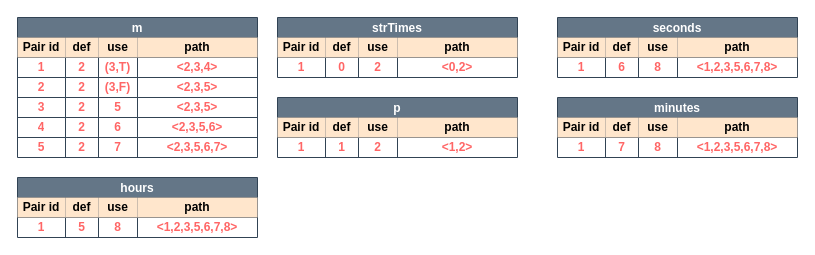
Jumaruba/jtimesched keeps this draw.io diagram as page "All-uses" (3 of 6) of docs/08_assignment/figures/parseSeconds.drawio. Above is the earlier version. Source tidied: cells renumbered, new cells numbered last; positions are measured from the earlier drawing's top-left corner, leaving out a move shared by most shapes. Both pictures are drawn from the tidied source at 100%, with x=0, y=0 at pixel (17, 17).
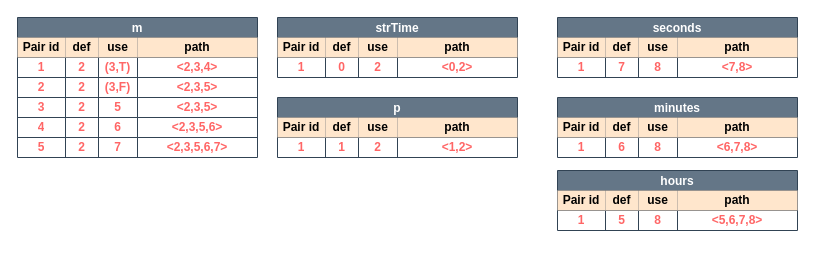
The same page after the edit.

The change refers to these unchanged cells:
```xml
<mxCell id="39" style="shape=partialRectangle;html=1;whiteSpace=wrap;fillColor=none;top=0;left=0;bottom=0;right=0;labelBackgroundColor=none;fontSize=12;" parent="33" vertex="1">
  <mxGeometry y="40" width="240" height="20" as="geometry" />
</mxCell>
<mxCell id="50" style="shape=partialRectangle;html=1;whiteSpace=wrap;fillColor=none;top=0;left=0;bottom=0;right=0;labelBackgroundColor=none;fontSize=12;" parent="44" vertex="1">
  <mxGeometry y="40" width="240" height="20" as="geometry" />
</mxCell>
<mxCell id="61" style="shape=partialRectangle;html=1;whiteSpace=wrap;fillColor=none;top=0;left=0;bottom=0;right=0;labelBackgroundColor=none;fontSize=12;" parent="55" vertex="1">
  <mxGeometry y="40" width="240" height="20" as="geometry" />
</mxCell>
```

Change to the diagram source:
```diff
@@
     <mxCell id="33" value="hours" style="shape=table;startSize=20;childLayout=tableLayout;fontStyle=1;align=center;labelBackgroundColor=none;fontSize=12;fillColor=#647687;fontColor=#ffffff;strokeColor=#314354;" parent="1" vertex="1">
-      <mxGeometry y="160" width="240" height="60" as="geometry" />
+      <mxGeometry x="540" y="153" width="240" height="60" as="geometry" />
     </mxCell>
@@
-    <mxCell id="43" value="&amp;lt;1,2,3,5,6,7,8&amp;gt;" style="shape=partialRectangle;html=1;whiteSpace=wrap;fillColor=none;top=0;left=0;bottom=0;right=0;overflow=hidden;labelBackgroundColor=none;fontSize=12;fontStyle=1;fontColor=#FF6666;" parent="39" vertex="1">
+    <mxCell id="43" value="&amp;lt;5,6,7,8&amp;gt;" style="shape=partialRectangle;html=1;whiteSpace=wrap;fillColor=none;top=0;left=0;bottom=0;right=0;overflow=hidden;labelBackgroundColor=none;fontSize=12;fontStyle=1;fontColor=#FF6666;" parent="39" vertex="1">
       <mxGeometry x="120" width="120" height="20" as="geometry" />
     </mxCell>
@@
-    <mxCell id="52" value="6" style="shape=partialRectangle;html=1;whiteSpace=wrap;fillColor=none;top=0;left=0;bottom=0;right=0;overflow=hidden;labelBackgroundColor=none;fontSize=12;fontColor=#FF6666;fontStyle=1;" parent="50" vertex="1">
+    <mxCell id="52" value="7" style="shape=partialRectangle;html=1;whiteSpace=wrap;fillColor=none;top=0;left=0;bottom=0;right=0;overflow=hidden;labelBackgroundColor=none;fontSize=12;fontColor=#FF6666;fontStyle=1;" parent="50" vertex="1">
       <mxGeometry x="48" width="33" height="20" as="geometry" />
     </mxCell>
@@
-    <mxCell id="54" value="&amp;lt;1,2,3,5,6,7,8&amp;gt;" style="shape=partialRectangle;html=1;whiteSpace=wrap;fillColor=none;top=0;left=0;bottom=0;right=0;overflow=hidden;labelBackgroundColor=none;fontSize=12;fontColor=#FF6666;fontStyle=1;" parent="50" vertex="1">
+    <mxCell id="54" value="&amp;lt;7,8&amp;gt;" style="shape=partialRectangle;html=1;whiteSpace=wrap;fillColor=none;top=0;left=0;bottom=0;right=0;overflow=hidden;labelBackgroundColor=none;fontSize=12;fontColor=#FF6666;fontStyle=1;" parent="50" vertex="1">
       <mxGeometry x="120" width="120" height="20" as="geometry" />
     </mxCell>
@@
-    <mxCell id="63" value="7" style="shape=partialRectangle;html=1;whiteSpace=wrap;fillColor=none;top=0;left=0;bottom=0;right=0;overflow=hidden;labelBackgroundColor=none;fontSize=12;fontColor=#FF6666;fontStyle=1;" parent="61" vertex="1">
+    <mxCell id="63" value="6" style="shape=partialRectangle;html=1;whiteSpace=wrap;fillColor=none;top=0;left=0;bottom=0;right=0;overflow=hidden;labelBackgroundColor=none;fontSize=12;fontColor=#FF6666;fontStyle=1;" parent="61" vertex="1">
       <mxGeometry x="48" width="33" height="20" as="geometry" />
     </mxCell>
@@
-    <mxCell id="65" value="&amp;lt;1,2,3,5,6,7,8&amp;gt;" style="shape=partialRectangle;html=1;whiteSpace=wrap;fillColor=none;top=0;left=0;bottom=0;right=0;overflow=hidden;labelBackgroundColor=none;fontSize=12;fontColor=#FF6666;fontStyle=1;" parent="61" vertex="1">
+    <mxCell id="65" value="&amp;lt;6,7,8&amp;gt;" style="shape=partialRectangle;html=1;whiteSpace=wrap;fillColor=none;top=0;left=0;bottom=0;right=0;overflow=hidden;labelBackgroundColor=none;fontSize=12;fontColor=#FF6666;fontStyle=1;" parent="61" vertex="1">
       <mxGeometry x="120" width="120" height="20" as="geometry" />
     </mxCell>
-    <mxCell id="66" value="strTimes" style="shape=table;startSize=20;childLayout=tableLayout;fontStyle=1;align=center;labelBackgroundColor=none;fontSize=12;fillColor=#647687;fontColor=#ffffff;strokeColor=#314354;" parent="1" vertex="1">
+    <mxCell id="66" value="strTime" style="shape=table;startSize=20;childLayout=tableLayout;fontStyle=1;align=center;labelBackgroundColor=none;fontSize=12;fillColor=#647687;fontColor=#ffffff;strokeColor=#314354;" parent="1" vertex="1">
       <mxGeometry x="260" width="240" height="60" as="geometry" />
     </mxCell>
```
